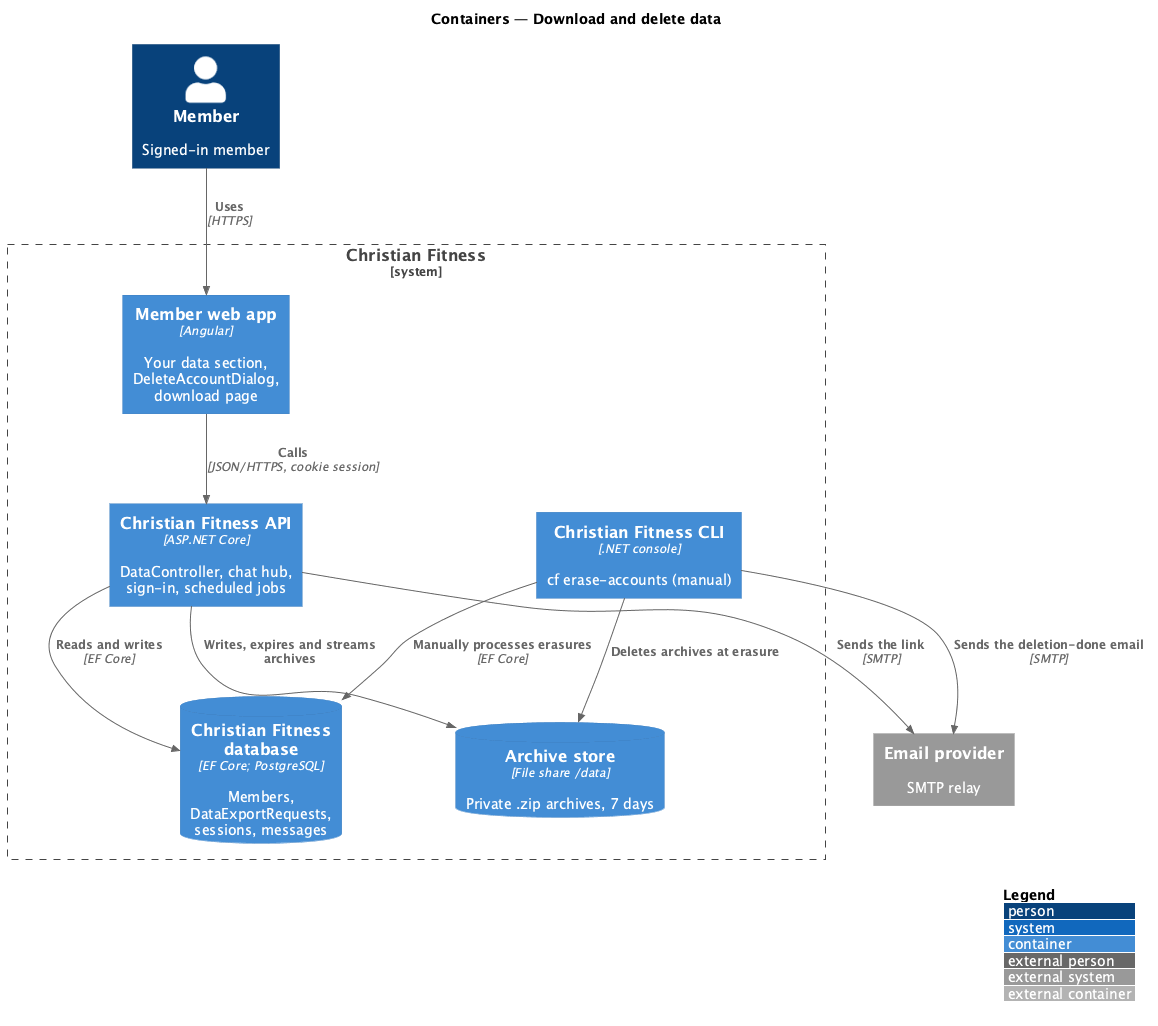
Above: docs/detailed-designs/preferences/download-and-delete-data/diagrams/c4-container.png in QuinntyneBrown/christian-fitness (PlantUML), before the change.
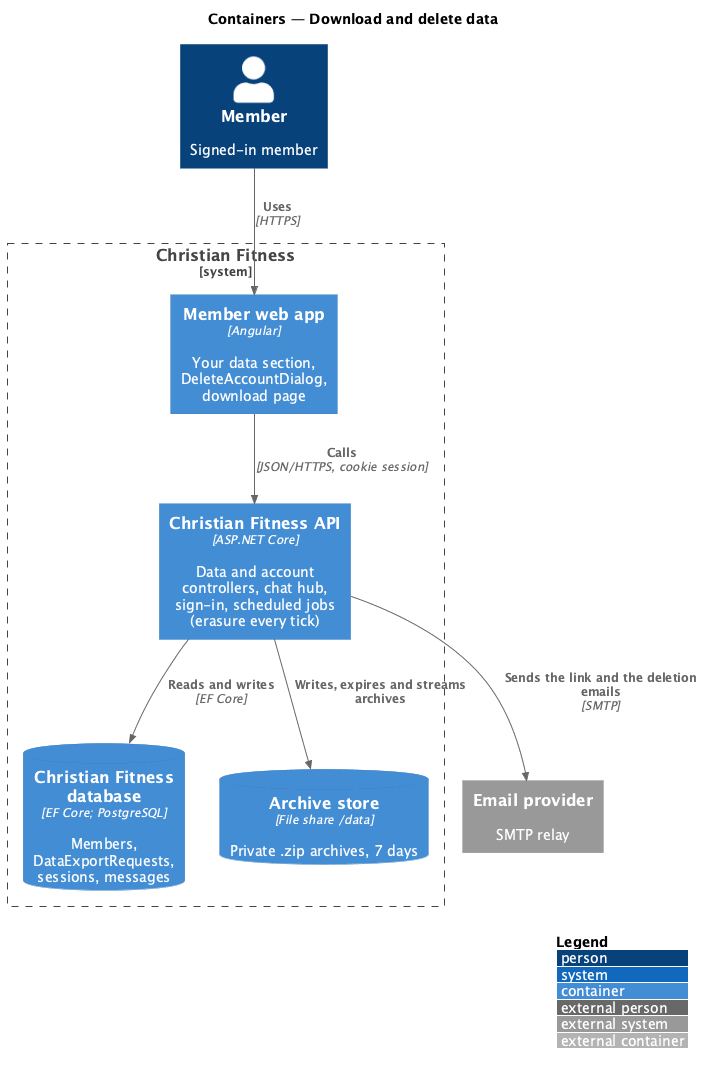
The same diagram one commit later.

Diff of the diagram source:
```diff
@@ -6,8 +6,7 @@
 Person(member, "Member", "Signed-in member")
 System_Boundary(cf, "Christian Fitness") {
   Container(web, "Member web app", "Angular", "Your data section, DeleteAccountDialog, download page")
-  Container(api, "Christian Fitness API", "ASP.NET Core", "DataController, chat hub, sign-in, scheduled jobs")
-  Container(cli, "Christian Fitness CLI", ".NET console", "cf erase-accounts (manual)")
+  Container(api, "Christian Fitness API", "ASP.NET Core", "Data and account controllers, chat hub, sign-in, scheduled jobs (erasure every tick)")
   ContainerDb(db, "Christian Fitness database", "EF Core; PostgreSQL", "Members, DataExportRequests, sessions, messages")
   ContainerDb(files, "Archive store", "File share /data", "Private .zip archives, 7 days")
 }
@@ -16,8 +15,5 @@
 Rel(web, api, "Calls", "JSON/HTTPS, cookie session")
 Rel(api, db, "Reads and writes", "EF Core")
 Rel(api, files, "Writes, expires and streams archives")
-Rel(api, mail, "Sends the link", "SMTP")
-Rel(cli, db, "Manually processes erasures", "EF Core")
-Rel(cli, files, "Deletes archives at erasure")
-Rel(cli, mail, "Sends the deletion-done email", "SMTP")
+Rel(api, mail, "Sends the link and the deletion emails", "SMTP")
 @enduml
```
